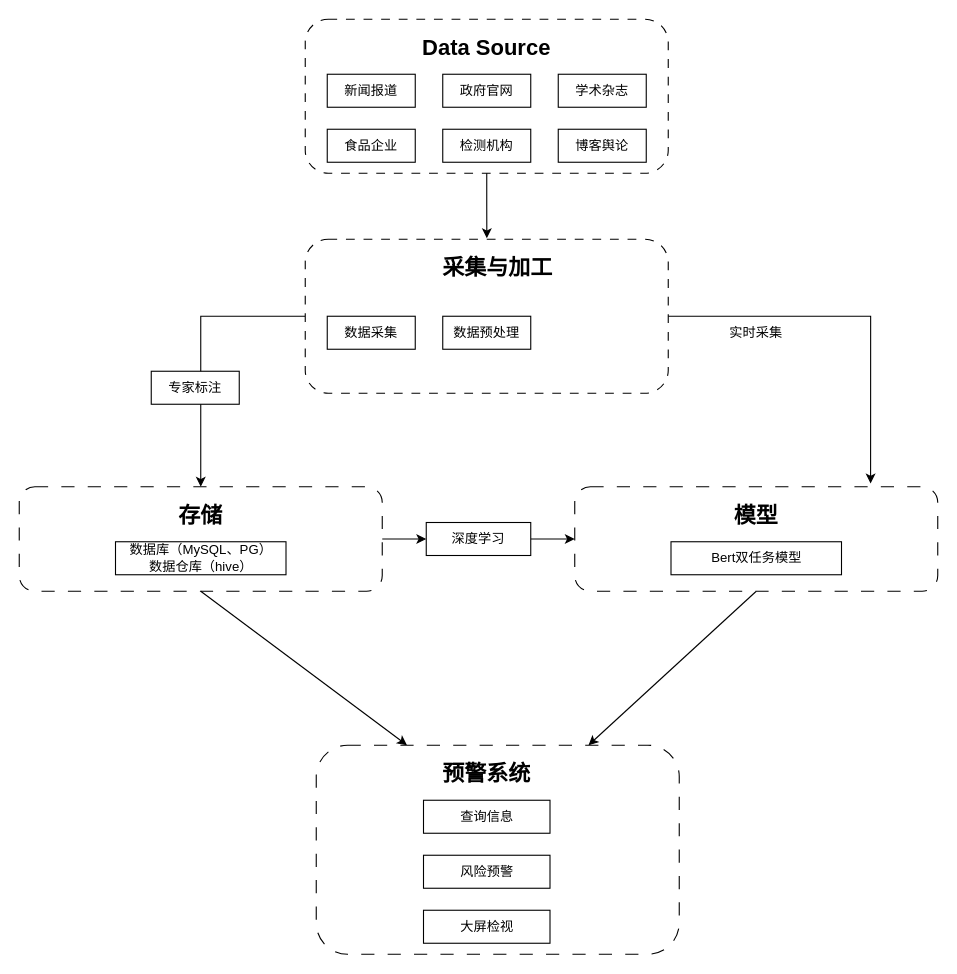
The draw.io diagram 1013流程图.drawio in leobgz/Draw, before the edit. Source tidied: cells renumbered, new cells numbered last; positions are measured from the earlier drawing's top-left corner, leaving out a move shared by most shapes. Both pictures are drawn from the tidied source at 110%, with x=0, y=0 at pixel (19, 19).
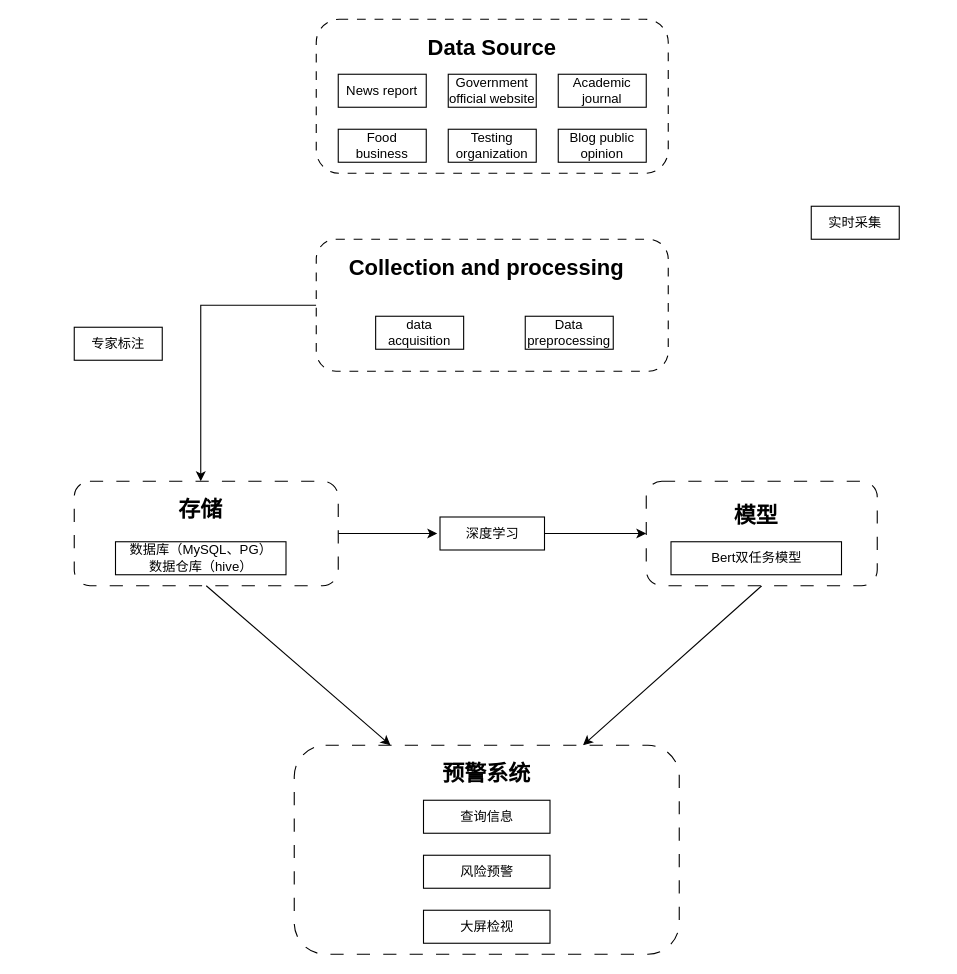
The same page after the edit.

Commit message (it also covers changes not shown here):
更新1013流程图.drawio

Change to the diagram source:
```diff
@@
     <mxCell id="2" style="rounded=1;whiteSpace=wrap;html=1;dashed=1;dashPattern=8 8;" parent="1" vertex="1">
-      <mxGeometry x="260" width="330" height="140" as="geometry" />
+      <mxGeometry x="270" width="320" height="140" as="geometry" />
     </mxCell>
     <mxCell id="3" value="&lt;div style=&quot;font-size: 20px;&quot;&gt;&lt;font style=&quot;font-size: 20px;&quot;&gt;Data Source&lt;/font&gt;&lt;/div&gt;" style="text;html=1;strokeColor=none;fillColor=none;align=center;verticalAlign=middle;whiteSpace=wrap;rounded=0;fontStyle=1;" parent="1" vertex="1">
-      <mxGeometry x="345" width="160" height="50" as="geometry" />
+      <mxGeometry x="350" width="160" height="50" as="geometry" />
     </mxCell>
-    <mxCell id="4" value="新闻报道" style="rounded=0;whiteSpace=wrap;html=1;" parent="1" vertex="1">
-      <mxGeometry x="280" y="50" width="80" height="30" as="geometry" />
+    <mxCell id="4" value="News report" style="rounded=0;whiteSpace=wrap;html=1;" parent="1" vertex="1">
+      <mxGeometry x="290" y="50" width="80" height="30" as="geometry" />
     </mxCell>
-    <mxCell id="5" value="政府官网" style="rounded=0;whiteSpace=wrap;html=1;" parent="1" vertex="1">
-      <mxGeometry x="385" y="50" width="80" height="30" as="geometry" />
+    <mxCell id="5" value="Government official website" style="rounded=0;whiteSpace=wrap;html=1;" parent="1" vertex="1">
+      <mxGeometry x="390" y="50" width="80" height="30" as="geometry" />
     </mxCell>
-    <mxCell id="6" value="食品企业" style="rounded=0;whiteSpace=wrap;html=1;" parent="1" vertex="1">
-      <mxGeometry x="280" y="100" width="80" height="30" as="geometry" />
+    <mxCell id="6" value="Food business" style="rounded=0;whiteSpace=wrap;html=1;" parent="1" vertex="1">
+      <mxGeometry x="290" y="100" width="80" height="30" as="geometry" />
     </mxCell>
-    <mxCell id="7" value="学术杂志" style="rounded=0;whiteSpace=wrap;html=1;" parent="1" vertex="1">
+    <mxCell id="7" value="Academic journal" style="rounded=0;whiteSpace=wrap;html=1;" parent="1" vertex="1">
       <mxGeometry x="490" y="50" width="80" height="30" as="geometry" />
     </mxCell>
-    <mxCell id="8" value="检测机构" style="rounded=0;whiteSpace=wrap;html=1;" parent="1" vertex="1">
-      <mxGeometry x="385" y="100" width="80" height="30" as="geometry" />
+    <mxCell id="8" value="Testing organization" style="rounded=0;whiteSpace=wrap;html=1;" parent="1" vertex="1">
+      <mxGeometry x="390" y="100" width="80" height="30" as="geometry" />
     </mxCell>
-    <mxCell id="9" value="博客舆论" style="rounded=0;whiteSpace=wrap;html=1;" parent="1" vertex="1">
+    <mxCell id="9" value="&lt;div&gt;Blog public opinion&lt;/div&gt;" style="rounded=0;whiteSpace=wrap;html=1;" parent="1" vertex="1">
       <mxGeometry x="490" y="100" width="80" height="30" as="geometry" />
     </mxCell>
@@
     <mxCell id="11" style="rounded=1;whiteSpace=wrap;html=1;dashed=1;dashPattern=8 8;" parent="1" vertex="1">
-      <mxGeometry x="260" y="200" width="330" height="140" as="geometry" />
+      <mxGeometry x="270" y="200" width="320" height="120" as="geometry" />
     </mxCell>
-    <mxCell id="12" value="&lt;div style=&quot;font-size: 20px;&quot;&gt;&lt;font style=&quot;font-size: 20px;&quot;&gt;采集与加工&lt;/font&gt;&lt;/div&gt;" style="text;html=1;strokeColor=none;fillColor=none;align=center;verticalAlign=middle;whiteSpace=wrap;rounded=0;fontStyle=1;" parent="1" vertex="1">
-      <mxGeometry x="355" y="200" width="160" height="50" as="geometry" />
+    <mxCell id="12" value="&lt;div style=&quot;&quot;&gt;&lt;div style=&quot;&quot;&gt;&lt;font style=&quot;font-size: 20px;&quot;&gt;Collection and processing&lt;/font&gt;&lt;/div&gt;&lt;/div&gt;" style="text;html=1;strokeColor=none;fillColor=none;align=center;verticalAlign=middle;whiteSpace=wrap;rounded=0;fontStyle=1;" parent="1" vertex="1">
+      <mxGeometry x="280" y="200" width="290" height="50" as="geometry" />
     </mxCell>
-    <mxCell id="13" value="数据采集" style="rounded=0;whiteSpace=wrap;html=1;" parent="1" vertex="1">
-      <mxGeometry x="280" y="270" width="80" height="30" as="geometry" />
+    <mxCell id="13" value="&lt;div&gt;data acquisition&lt;/div&gt;" style="rounded=0;whiteSpace=wrap;html=1;" parent="1" vertex="1">
+      <mxGeometry x="324" y="270" width="80" height="30" as="geometry" />
     </mxCell>
-    <mxCell id="14" value="数据预处理" style="rounded=0;whiteSpace=wrap;html=1;" parent="1" vertex="1">
-      <mxGeometry x="385" y="270" width="80" height="30" as="geometry" />
+    <mxCell id="14" value="&lt;div&gt;Data preprocessing&lt;/div&gt;" style="rounded=0;whiteSpace=wrap;html=1;" parent="1" vertex="1">
+      <mxGeometry x="460" y="270" width="80" height="30" as="geometry" />
     </mxCell>
-    <mxCell id="15" style="edgeStyle=orthogonalEdgeStyle;rounded=0;jettySize=auto;html=1;entryX=0;entryY=0.5;entryDx=0;entryDy=0;" parent="1" edge="1" source="34" target="21">
-      <mxGeometry relative="1" as="geometry" />
-    </mxCell>
+    <mxCell id="35" style="edgeStyle=orthogonalEdgeStyle;rounded=0;jettySize=auto;html=1;" parent="1" edge="1" source="16">
+      <mxGeometry relative="1" as="geometry">
+        <mxPoint x="380" y="467.5" as="targetPoint" />
+      </mxGeometry>
+    </mxCell>
     <mxCell id="16" style="rounded=1;whiteSpace=wrap;html=1;strokeColor=default;dashed=1;dashPattern=12 12;" parent="1" vertex="1">
-      <mxGeometry y="425" width="330" height="95" as="geometry" />
+      <mxGeometry x="50" y="420" width="240" height="95" as="geometry" />
     </mxCell>
     <mxCell id="17" value="&lt;font style=&quot;font-size: 20px;&quot;&gt;存储&lt;/font&gt;" style="text;html=1;strokeColor=none;fillColor=none;align=center;verticalAlign=middle;whiteSpace=wrap;rounded=0;fontStyle=1;" parent="1" vertex="1">
-      <mxGeometry x="85" y="425" width="160" height="50" as="geometry" />
+      <mxGeometry x="85" y="420" width="160" height="50" as="geometry" />
     </mxCell>
@@
     <mxCell id="21" style="rounded=1;whiteSpace=wrap;html=1;strokeColor=default;dashed=1;dashPattern=12 12;" parent="1" vertex="1">
-      <mxGeometry x="505" y="425" width="330" height="95" as="geometry" />
+      <mxGeometry x="570" y="420" width="210" height="95" as="geometry" />
     </mxCell>
@@
     <mxCell id="24" style="rounded=1;whiteSpace=wrap;html=1;strokeColor=default;dashed=1;dashPattern=12 12;" parent="1" vertex="1">
-      <mxGeometry x="270" y="660" width="330" height="190" as="geometry" />
+      <mxGeometry x="250" y="660" width="350" height="190" as="geometry" />
     </mxCell>
@@
-    <mxCell id="29" style="edgeStyle=orthogonalEdgeStyle;rounded=0;jettySize=auto;html=1;entryX=0.438;entryY=-0.02;entryDx=0;entryDy=0;entryPerimeter=0;" parent="1" edge="1" source="2" target="12">
-      <mxGeometry relative="1" as="geometry" />
-    </mxCell>
-    <mxCell id="30" style="edgeStyle=orthogonalEdgeStyle;rounded=0;jettySize=auto;html=1;entryX=0.815;entryY=-0.032;entryDx=0;entryDy=0;entryPerimeter=0;exitX=1;exitY=0.5;exitDx=0;exitDy=0;" parent="1" edge="1" source="11" target="21">
-      <mxGeometry relative="1" as="geometry" />
-    </mxCell>
+    <mxCell id="32" value="专家标注" style="rounded=0;whiteSpace=wrap;html=1;" parent="1" vertex="1">
+      <mxGeometry x="50" y="280" width="80" height="30" as="geometry" />
+    </mxCell>
-    <mxCell id="31" value="实时采集" style="text;html=1;strokeColor=none;fillColor=none;align=center;verticalAlign=middle;whiteSpace=wrap;rounded=0;" parent="1" vertex="1">
-      <mxGeometry x="640" y="270" width="60" height="30" as="geometry" />
+    <mxCell id="31" value="实时采集" style="rounded=0;whiteSpace=wrap;html=1;" parent="1" vertex="1">
+      <mxGeometry x="720" y="170" width="80" height="30" as="geometry" />
     </mxCell>
-    <mxCell id="32" value="专家标注" style="rounded=0;whiteSpace=wrap;html=1;" parent="1" vertex="1">
-      <mxGeometry x="120" y="320" width="80" height="30" as="geometry" />
-    </mxCell>
-    <mxCell id="33" style="edgeStyle=orthogonalEdgeStyle;rounded=0;jettySize=auto;html=1;entryX=0;entryY=0.5;entryDx=0;entryDy=0;" parent="1" edge="1" source="16" target="34">
-      <mxGeometry relative="1" as="geometry" />
-    </mxCell>
+    <mxCell id="15" style="edgeStyle=orthogonalEdgeStyle;rounded=0;jettySize=auto;html=1;entryX=0;entryY=0.5;entryDx=0;entryDy=0;" parent="1" edge="1" source="34" target="21">
+      <mxGeometry relative="1" as="geometry" />
+    </mxCell>
     <mxCell id="34" value="深度学习" style="rounded=0;whiteSpace=wrap;html=1;" parent="1" vertex="1">
-      <mxGeometry x="370" y="457.5" width="95" height="30" as="geometry" />
+      <mxGeometry x="382.5" y="452.5" width="95" height="30" as="geometry" />
     </mxCell>
```
